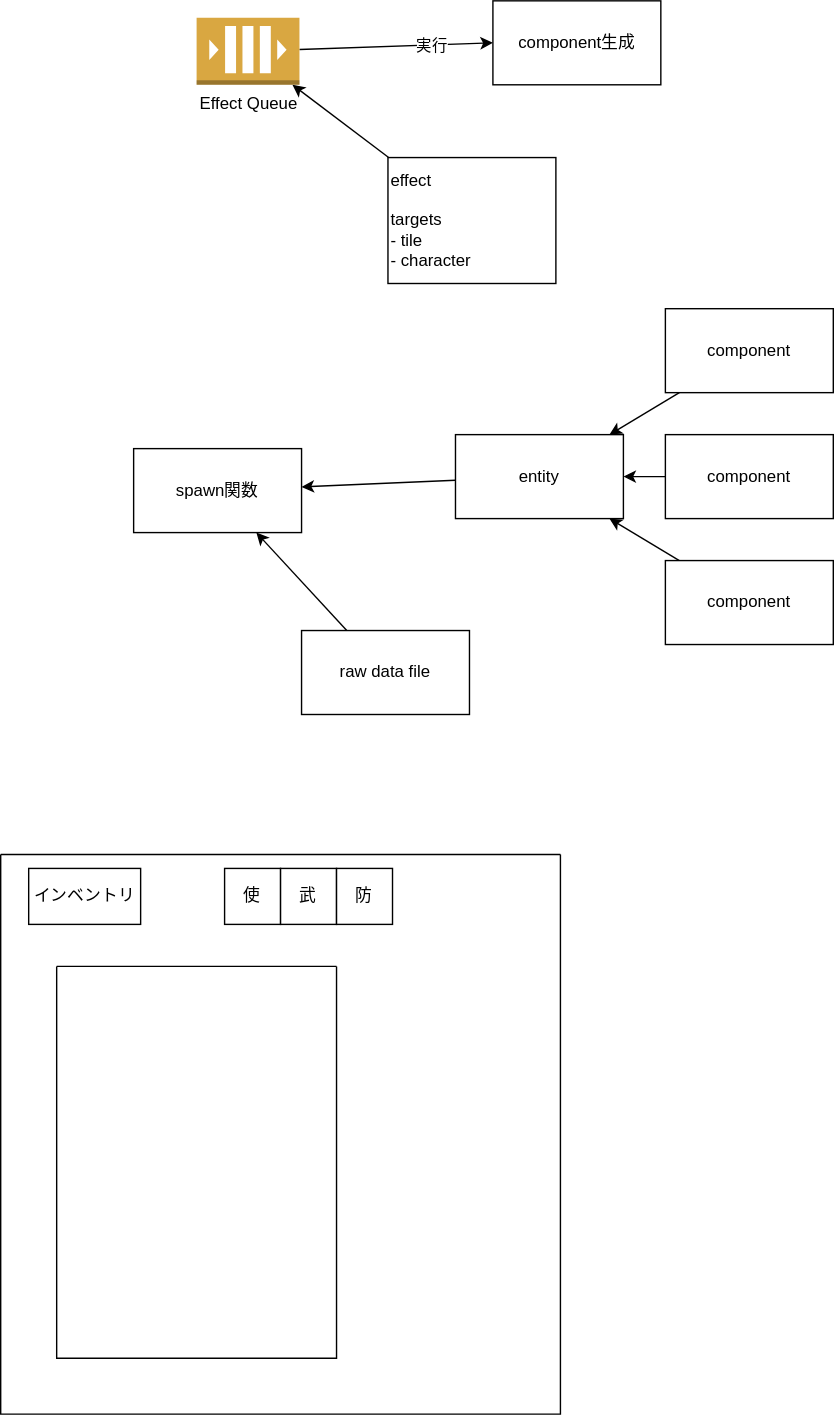
The draw.io diagram docs/images/20231207item.drawio.svg in kijimaD/ruins, before a commit. Source tidied: cells renumbered, new cells last; positions are measured from the earlier drawing's top-left corner, leaving out a move shared by most shapes.
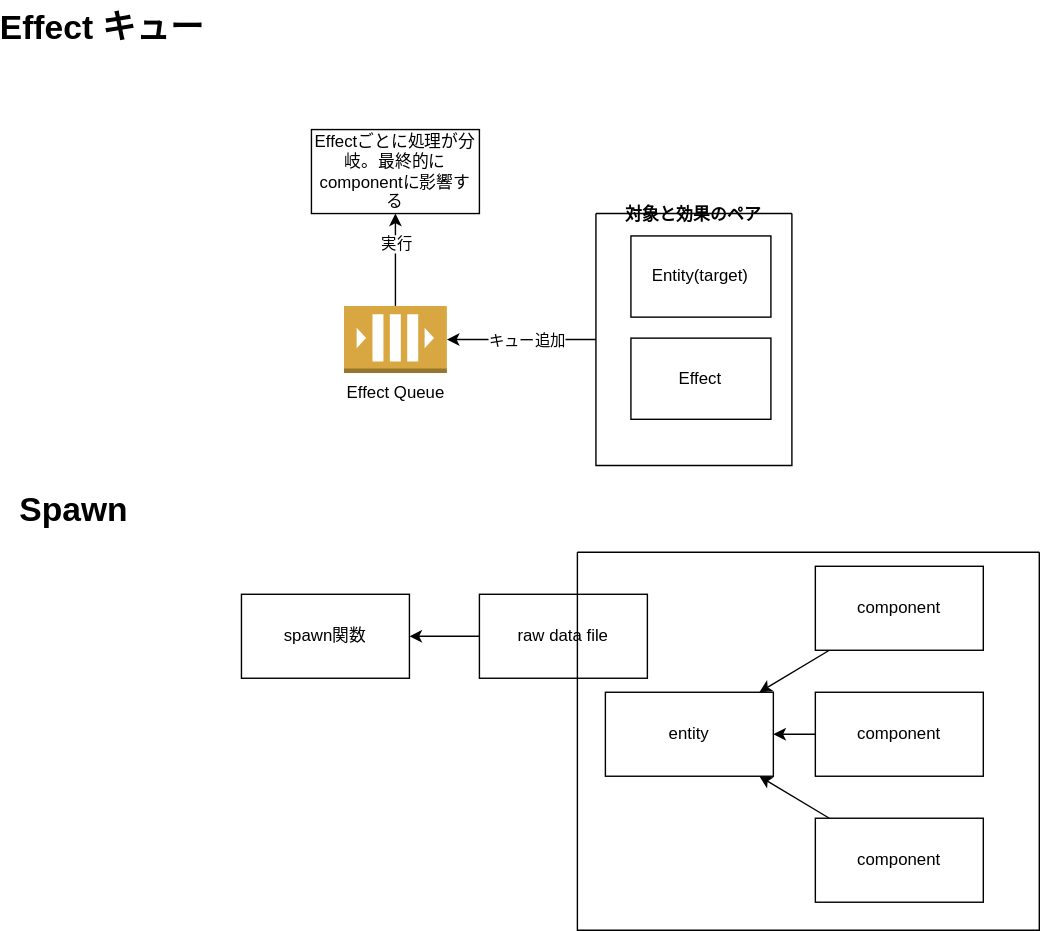
After the change.

The edit, as a diff of the source:
```diff
@@ -2,74 +2,73 @@
   <root>
     <mxCell id="0" />
     <mxCell id="1" parent="0" />
-    <mxCell id="2" style="edgeStyle=none;html=1;" parent="1" edge="1" source="3" target="6">
+    <mxCell id="2" style="edgeStyle=none;html=1;exitX=0;exitY=0.5;exitDx=0;exitDy=0;" parent="1" edge="1" source="30" target="6">
       <mxGeometry relative="1" as="geometry" />
     </mxCell>
+    <mxCell id="25" value="キュー追加" style="edgeLabel;html=1;align=center;verticalAlign=middle;" parent="2" vertex="1">
+      <mxGeometry x="-0.34" y="-2" relative="1" as="geometry">
+        <mxPoint x="-15" y="2" as="offset" />
+      </mxGeometry>
+    </mxCell>
-    <mxCell id="3" value="effect&lt;br&gt;&lt;br&gt;targets&lt;br&gt;- tile&lt;br&gt;&lt;div style=&quot;&quot;&gt;&lt;span style=&quot;background-color: initial;&quot;&gt;- character&lt;/span&gt;&lt;/div&gt;" style="whiteSpace=wrap;html=1;align=left;" parent="1" vertex="1">
-      <mxGeometry x="276.8" y="112" width="120" height="90" as="geometry" />
+    <mxCell id="3" value="Effect" style="whiteSpace=wrap;html=1;align=center;" parent="1" vertex="1">
+      <mxGeometry x="378.2" y="227" width="100" height="58" as="geometry" />
     </mxCell>
-    <mxCell id="4" style="edgeStyle=none;html=1;entryX=0;entryY=0.5;entryDx=0;entryDy=0;" parent="1" edge="1" source="6" target="7">
+    <mxCell id="4" style="edgeStyle=none;html=1;entryX=0.5;entryY=1;entryDx=0;entryDy=0;" parent="1" edge="1" source="6" target="7">
       <mxGeometry relative="1" as="geometry" />
     </mxCell>
     <mxCell id="5" value="実行" style="edgeLabel;html=1;align=center;verticalAlign=middle;" parent="4" vertex="1">
       <mxGeometry x="0.36" relative="1" as="geometry" />
     </mxCell>
     <mxCell id="6" value="Effect Queue" style="outlineConnect=0;dashed=0;verticalLabelPosition=bottom;verticalAlign=top;align=center;html=1;shape=mxgraph.aws3.queue;fillColor=#D9A741;gradientColor=none;" parent="1" vertex="1">
-      <mxGeometry x="140" y="12" width="73.5" height="48" as="geometry" />
+      <mxGeometry x="173.2" y="204" width="73.5" height="48" as="geometry" />
     </mxCell>
-    <mxCell id="7" value="component生成" style="whiteSpace=wrap;html=1;" parent="1" vertex="1">
-      <mxGeometry x="351.8" width="120" height="60" as="geometry" />
+    <mxCell id="7" value="Effectごとに処理が分岐。最終的にcomponentに影響する" style="whiteSpace=wrap;html=1;align=center;" parent="1" vertex="1">
+      <mxGeometry x="150" y="78" width="120" height="60" as="geometry" />
     </mxCell>
     <mxCell id="8" value="spawn関数" style="whiteSpace=wrap;html=1;" parent="1" vertex="1">
-      <mxGeometry x="95" y="320" width="120" height="60" as="geometry" />
+      <mxGeometry x="100" y="410" width="120" height="60" as="geometry" />
     </mxCell>
-    <mxCell id="9" style="edgeStyle=none;html=1;" parent="1" edge="1" source="10" target="8">
-      <mxGeometry relative="1" as="geometry" />
-    </mxCell>
+    <mxCell id="24" style="edgeStyle=none;html=1;" parent="1" edge="1" source="10" target="8">
+      <mxGeometry relative="1" as="geometry" />
+    </mxCell>
     <mxCell id="10" value="raw data file" style="whiteSpace=wrap;html=1;" parent="1" vertex="1">
-      <mxGeometry x="215" y="450" width="120" height="60" as="geometry" />
+      <mxGeometry x="270" y="410" width="120" height="60" as="geometry" />
     </mxCell>
     <mxCell id="11" style="edgeStyle=none;html=1;" parent="1" edge="1" source="12" target="16">
       <mxGeometry relative="1" as="geometry" />
     </mxCell>
     <mxCell id="12" value="component" style="whiteSpace=wrap;html=1;" parent="1" vertex="1">
-      <mxGeometry x="475" y="310" width="120" height="60" as="geometry" />
+      <mxGeometry x="510" y="480" width="120" height="60" as="geometry" />
     </mxCell>
     <mxCell id="13" style="edgeStyle=none;html=1;" parent="1" edge="1" source="14" target="16">
       <mxGeometry relative="1" as="geometry" />
     </mxCell>
     <mxCell id="14" value="component" style="whiteSpace=wrap;html=1;" parent="1" vertex="1">
-      <mxGeometry x="475" y="400" width="120" height="60" as="geometry" />
+      <mxGeometry x="510" y="570" width="120" height="60" as="geometry" />
     </mxCell>
-    <mxCell id="15" style="edgeStyle=none;html=1;" parent="1" edge="1" source="16" target="8">
-      <mxGeometry relative="1" as="geometry" />
-    </mxCell>
     <mxCell id="16" value="entity" style="whiteSpace=wrap;html=1;" parent="1" vertex="1">
-      <mxGeometry x="325" y="310" width="120" height="60" as="geometry" />
+      <mxGeometry x="360" y="480" width="120" height="60" as="geometry" />
     </mxCell>
     <mxCell id="17" style="edgeStyle=none;html=1;" parent="1" edge="1" source="18" target="16">
       <mxGeometry relative="1" as="geometry" />
     </mxCell>
     <mxCell id="18" value="component" style="whiteSpace=wrap;html=1;" parent="1" vertex="1">
-      <mxGeometry x="475" y="220" width="120" height="60" as="geometry" />
+      <mxGeometry x="510" y="390" width="120" height="60" as="geometry" />
     </mxCell>
-    <mxCell id="19" style="swimlane;startSize=0;" parent="1" vertex="1">
-      <mxGeometry y="610" width="400" height="400" as="geometry" />
-    </mxCell>
-    <mxCell id="20" style="swimlane;startSize=0;" parent="19" vertex="1">
-      <mxGeometry x="40" y="80" width="200" height="280" as="geometry" />
-    </mxCell>
-    <mxCell id="21" value="インベントリ" style="whiteSpace=wrap;html=1;" parent="19" vertex="1">
-      <mxGeometry x="20" y="10" width="80" height="40" as="geometry" />
-    </mxCell>
-    <mxCell id="22" value="使" style="whiteSpace=wrap;html=1;" parent="19" vertex="1">
-      <mxGeometry x="160" y="10" width="40" height="40" as="geometry" />
-    </mxCell>
-    <mxCell id="23" value="武" style="whiteSpace=wrap;html=1;" parent="19" vertex="1">
-      <mxGeometry x="200" y="10" width="40" height="40" as="geometry" />
-    </mxCell>
-    <mxCell id="24" value="防" style="whiteSpace=wrap;html=1;" parent="19" vertex="1">
-      <mxGeometry x="240" y="10" width="40" height="40" as="geometry" />
-    </mxCell>
+    <mxCell id="26" style="swimlane;startSize=0;" parent="1" vertex="1">
+      <mxGeometry x="340" y="380" width="330" height="270" as="geometry" />
+    </mxCell>
+    <mxCell id="27" value="Effect キュー" style="text;strokeColor=none;fillColor=none;html=1;fontSize=24;fontStyle=1;verticalAlign=middle;align=center;" parent="1" vertex="1">
+      <mxGeometry x="-50" y="-14" width="100" height="40" as="geometry" />
+    </mxCell>
+    <mxCell id="28" value="Spawn" style="text;strokeColor=none;fillColor=none;html=1;fontSize=24;fontStyle=1;verticalAlign=middle;align=center;" parent="1" vertex="1">
+      <mxGeometry x="-70" y="330" width="100" height="40" as="geometry" />
+    </mxCell>
+    <mxCell id="29" value="Entity(target)" style="whiteSpace=wrap;html=1;align=center;" parent="1" vertex="1">
+      <mxGeometry x="378.2" y="154" width="100" height="58" as="geometry" />
+    </mxCell>
+    <mxCell id="30" value="対象と効果のペア" style="swimlane;startSize=0;" parent="1" vertex="1">
+      <mxGeometry x="353.2" y="138" width="140" height="180" as="geometry" />
+    </mxCell>
   </root>
 </mxGraphModel>
```
